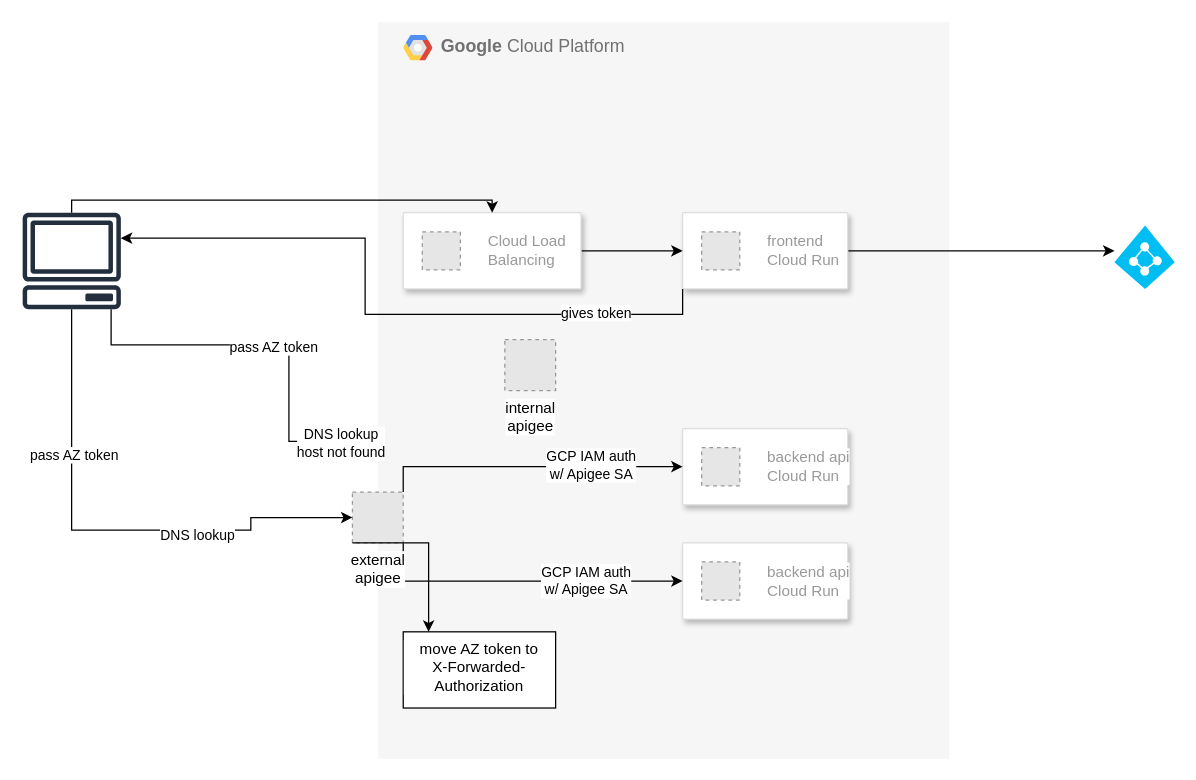
Before: charts/apigee_eglb.drawio in rmdwyer/flow-charts, a draw.io diagram. Source tidied: cells renumbered, new cells numbered last; positions are measured from the earlier drawing's top-left corner, leaving out a move shared by most shapes. Both pictures are drawn from the tidied source at 127%, with x=0, y=0 at pixel (22, 22). Pictures stored in the file or linked from it are replaced by grey dashed boxes.
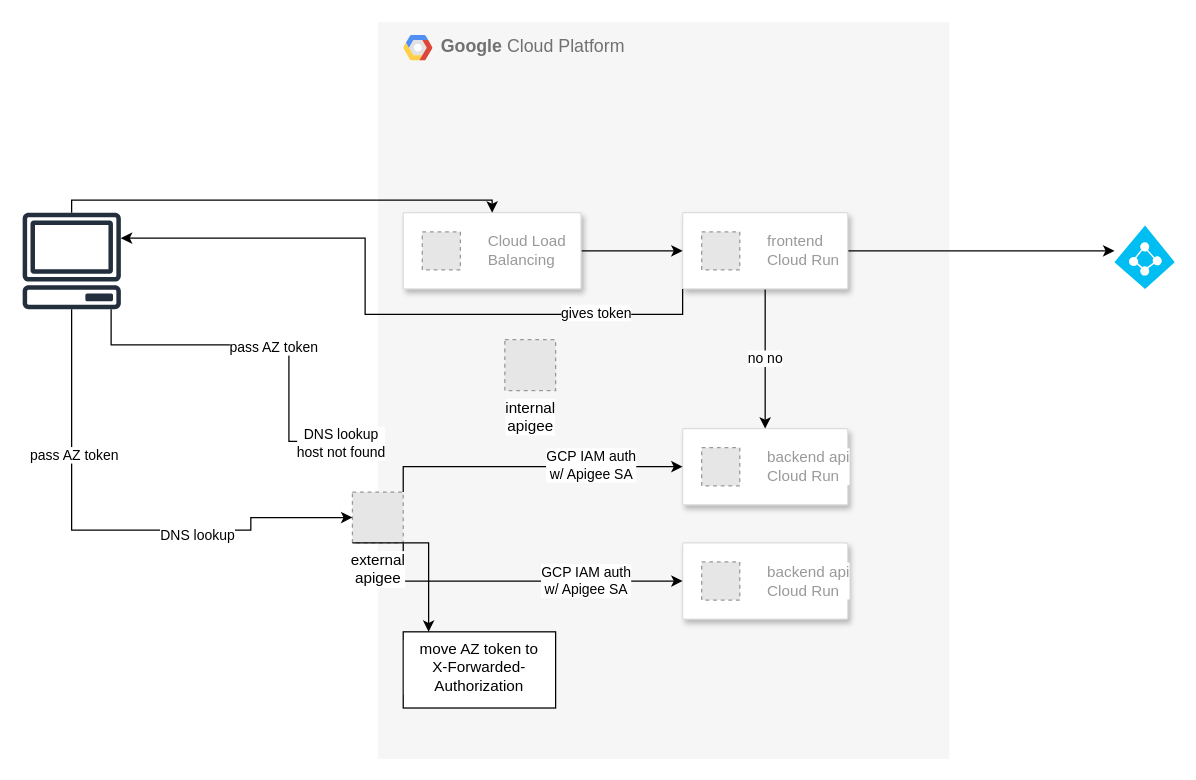
The same page after the edit.

Unchanged cells that the change refers to:
```xml
<mxCell id="2" value="&lt;b&gt;Google &lt;/b&gt;Cloud Platform" style="fillColor=#F6F6F6;strokeColor=none;shadow=0;gradientColor=none;fontSize=14;align=left;spacing=10;fontColor=#717171;9E9E9E;verticalAlign=top;spacingTop=-4;fontStyle=0;spacingLeft=40;html=1;" parent="1" vertex="1">
  <mxGeometry x="280" width="450" height="580" as="geometry" />
</mxCell>
<mxCell id="6" style="strokeColor=#dddddd;shadow=1;strokeWidth=1;rounded=1;absoluteArcSize=1;arcSize=2;" parent="2" vertex="1">
  <mxGeometry x="240" y="320" width="130" height="60" as="geometry" />
</mxCell>
<mxCell id="9" style="strokeColor=#dddddd;shadow=1;strokeWidth=1;rounded=1;absoluteArcSize=1;arcSize=2;" parent="2" vertex="1">
  <mxGeometry x="240" y="150" width="130" height="60" as="geometry" />
</mxCell>
```

What changed in the source:
```diff
@@
+    <mxCell id="33" value="no no" style="edgeStyle=orthogonalEdgeStyle;rounded=0;jettySize=auto;html=1;" parent="2" edge="1" source="9" target="6">
+      <mxGeometry relative="1" as="geometry" />
+    </mxCell>
```
